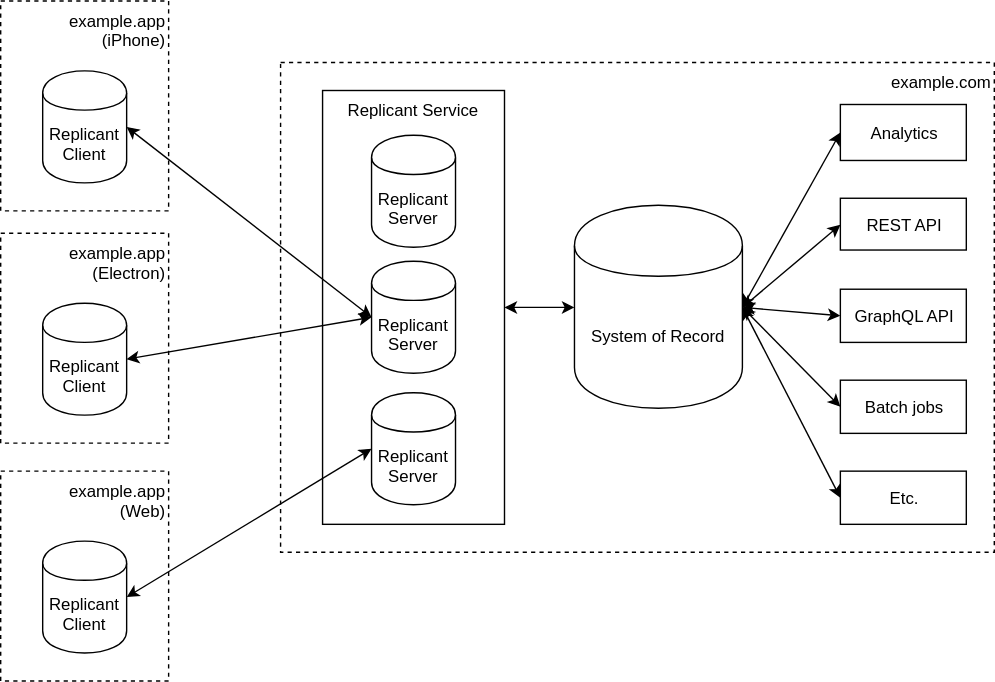
The draw.io diagram replicant.svg in rocicorp/diff-server, before a commit. Source tidied: cells renumbered, new cells last; positions are measured from the earlier drawing's top-left corner, leaving out a move shared by most shapes.
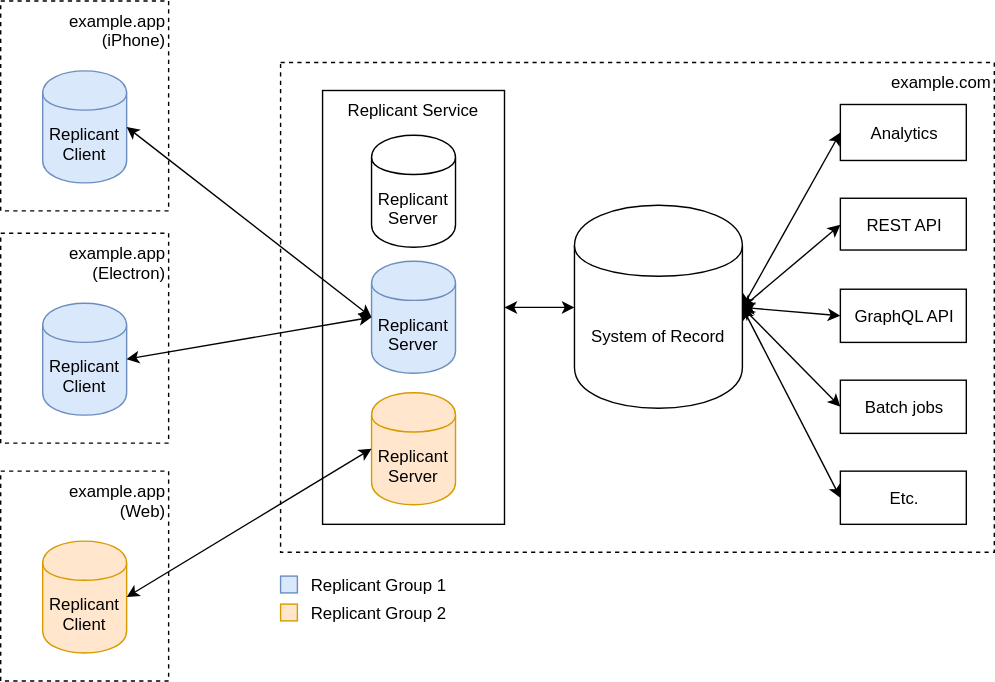
The same file after the commit.

The edit, as a diff of the source:
```diff
@@ -26,10 +26,10 @@
     <mxCell id="9" value="Replicant Server" style="shape=cylinder;whiteSpace=wrap;html=1;boundedLbl=1;backgroundOutline=1;rounded=1;glass=0;align=center;" parent="1" vertex="1">
       <mxGeometry x="265" y="96" width="60" height="80" as="geometry" />
     </mxCell>
-    <mxCell id="10" value="Replicant Server" style="shape=cylinder;whiteSpace=wrap;html=1;boundedLbl=1;backgroundOutline=1;rounded=1;glass=0;align=center;" parent="1" vertex="1">
+    <mxCell id="10" value="Replicant Server" style="shape=cylinder;whiteSpace=wrap;html=1;boundedLbl=1;backgroundOutline=1;rounded=1;glass=0;align=center;fillColor=#dae8fc;strokeColor=#6c8ebf;" parent="1" vertex="1">
       <mxGeometry x="265" y="186" width="60" height="80" as="geometry" />
     </mxCell>
-    <mxCell id="11" value="Replicant Server" style="shape=cylinder;whiteSpace=wrap;html=1;boundedLbl=1;backgroundOutline=1;rounded=1;glass=0;align=center;" parent="1" vertex="1">
+    <mxCell id="11" value="Replicant Server" style="shape=cylinder;whiteSpace=wrap;html=1;boundedLbl=1;backgroundOutline=1;rounded=1;glass=0;align=center;fillColor=#ffe6cc;strokeColor=#d79b00;" parent="1" vertex="1">
       <mxGeometry x="265" y="280" width="60" height="80" as="geometry" />
     </mxCell>
     <mxCell id="12" value="REST API&lt;br&gt;" style="rounded=0;whiteSpace=wrap;html=1;" parent="1" vertex="1">
@@ -53,32 +53,23 @@
     <mxCell id="18" style="endArrow=classic;startArrow=classic;html=1;exitX=1;exitY=0.5;exitDx=0;exitDy=0;entryX=0;entryY=0.5;entryDx=0;entryDy=0;" parent="1" edge="1" source="3" target="15">
       <mxGeometry relative="1" as="geometry" />
     </mxCell>
-    <mxCell id="19" style="group;" parent="1" vertex="1">
-      <mxGeometry width="150" height="330" as="geometry" />
-    </mxCell>
+    <mxCell id="23" value="example.app&lt;br&gt;(Electron)" style="rounded=0;whiteSpace=wrap;html=1;glass=0;align=right;verticalAlign=top;dashed=1;" parent="1" vertex="1">
+      <mxGeometry y="166" width="120" height="150" as="geometry" />
+    </mxCell>
+    <mxCell id="24" value="Replicant Client" style="shape=cylinder;whiteSpace=wrap;html=1;boundedLbl=1;backgroundOutline=1;rounded=1;glass=0;align=center;fillColor=#dae8fc;strokeColor=#6c8ebf;" parent="1" vertex="1">
+      <mxGeometry x="30" y="216" width="60" height="80" as="geometry" />
+    </mxCell>
-    <mxCell id="20" value="example.app&lt;br&gt;(iPhone)" style="rounded=0;whiteSpace=wrap;html=1;glass=0;align=right;verticalAlign=top;dashed=1;" parent="19" vertex="1">
+    <mxCell id="20" value="example.app&lt;br&gt;(iPhone)" style="rounded=0;whiteSpace=wrap;html=1;glass=0;align=right;verticalAlign=top;dashed=1;" parent="1" vertex="1">
       <mxGeometry width="120" height="150" as="geometry" />
     </mxCell>
-    <mxCell id="21" value="Replicant Client" style="shape=cylinder;whiteSpace=wrap;html=1;boundedLbl=1;backgroundOutline=1;rounded=1;glass=0;align=center;" parent="19" vertex="1">
+    <mxCell id="21" value="Replicant Client" style="shape=cylinder;whiteSpace=wrap;html=1;boundedLbl=1;backgroundOutline=1;rounded=1;glass=0;align=center;fillColor=#dae8fc;strokeColor=#6c8ebf;" parent="1" vertex="1">
       <mxGeometry x="30" y="50" width="60" height="80" as="geometry" />
     </mxCell>
-    <mxCell id="22" style="group;" parent="1" vertex="1">
-      <mxGeometry y="166" width="120" height="150" as="geometry" />
-    </mxCell>
-    <mxCell id="23" value="example.app&lt;br&gt;(Electron)" style="rounded=0;whiteSpace=wrap;html=1;glass=0;align=right;verticalAlign=top;dashed=1;" parent="22" vertex="1">
-      <mxGeometry width="120" height="150" as="geometry" />
-    </mxCell>
-    <mxCell id="24" value="Replicant Client" style="shape=cylinder;whiteSpace=wrap;html=1;boundedLbl=1;backgroundOutline=1;rounded=1;glass=0;align=center;" parent="22" vertex="1">
-      <mxGeometry x="30" y="50" width="60" height="80" as="geometry" />
-    </mxCell>
-    <mxCell id="25" style="group;" parent="1" vertex="1">
-      <mxGeometry y="336" width="120" height="150" as="geometry" />
-    </mxCell>
-    <mxCell id="26" value="example.app&lt;br&gt;(Web)" style="rounded=0;whiteSpace=wrap;html=1;glass=0;align=right;verticalAlign=top;dashed=1;" parent="25" vertex="1">
-      <mxGeometry width="120" height="150" as="geometry" />
+    <mxCell id="26" value="example.app&lt;br&gt;(Web)" style="rounded=0;whiteSpace=wrap;html=1;glass=0;align=right;verticalAlign=top;dashed=1;" parent="1" vertex="1">
+      <mxGeometry y="336" width="120" height="150" as="geometry" />
     </mxCell>
-    <mxCell id="27" value="Replicant Client" style="shape=cylinder;whiteSpace=wrap;html=1;boundedLbl=1;backgroundOutline=1;rounded=1;glass=0;align=center;" parent="25" vertex="1">
-      <mxGeometry x="30" y="50" width="60" height="80" as="geometry" />
+    <mxCell id="27" value="Replicant Client" style="shape=cylinder;whiteSpace=wrap;html=1;boundedLbl=1;backgroundOutline=1;rounded=1;glass=0;align=center;fillColor=#ffe6cc;strokeColor=#d79b00;" parent="1" vertex="1">
+      <mxGeometry x="30" y="386" width="60" height="80" as="geometry" />
     </mxCell>
     <mxCell id="28" style="endArrow=classic;startArrow=classic;html=1;entryX=0;entryY=0.5;entryDx=0;entryDy=0;exitX=1;exitY=0.5;exitDx=0;exitDy=0;" parent="1" edge="1" source="27" target="11">
       <mxGeometry relative="1" as="geometry" />
@@ -89,5 +80,17 @@
     <mxCell id="30" style="endArrow=classic;startArrow=classic;html=1;entryX=0;entryY=0.5;entryDx=0;entryDy=0;exitX=1;exitY=0.5;exitDx=0;exitDy=0;" parent="1" edge="1" source="21" target="10">
       <mxGeometry relative="1" as="geometry" />
     </mxCell>
+    <mxCell id="31" style="whiteSpace=wrap;html=1;fillColor=#dae8fc;strokeColor=#6c8ebf;" parent="1" vertex="1">
+      <mxGeometry x="200" y="411" width="12" height="12" as="geometry" />
+    </mxCell>
+    <mxCell id="32" value="&lt;div style=&quot;text-align: left&quot;&gt;&lt;span&gt;Replicant Group 1&lt;/span&gt;&lt;/div&gt;" style="text;html=1;align=center;verticalAlign=middle;fillColor=none;strokeColor=none;rounded=0;" parent="1" vertex="1">
+      <mxGeometry x="215" y="407" width="110" height="20" as="geometry" />
+    </mxCell>
+    <mxCell id="33" style="whiteSpace=wrap;html=1;fillColor=#ffe6cc;strokeColor=#d79b00;" parent="1" vertex="1">
+      <mxGeometry x="200" y="431" width="12" height="12" as="geometry" />
+    </mxCell>
+    <mxCell id="34" value="&lt;div style=&quot;text-align: left&quot;&gt;&lt;span&gt;Replicant Group 2&lt;/span&gt;&lt;/div&gt;" style="text;html=1;align=center;verticalAlign=middle;fillColor=none;strokeColor=none;rounded=0;" parent="1" vertex="1">
+      <mxGeometry x="215" y="427" width="110" height="20" as="geometry" />
+    </mxCell>
   </root>
 </mxGraphModel>
```
